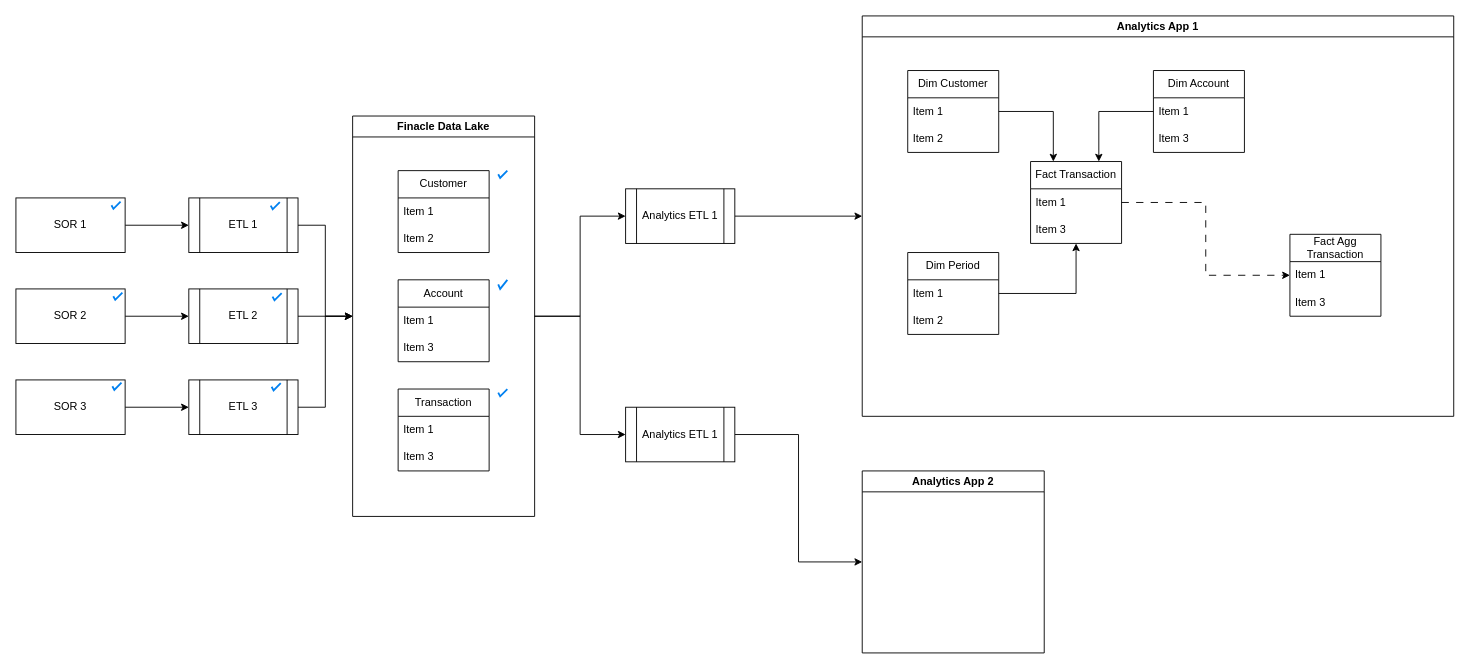
Before: Dashboarding-System-Design.drawio in pra1had/fintelligence, a draw.io diagram. Source tidied: cells renumbered, new cells numbered last; positions are measured from the earlier drawing's top-left corner, leaving out a move shared by most shapes. Both pictures are drawn from the tidied source at 91%, with x=0, y=0 at pixel (15, 15).
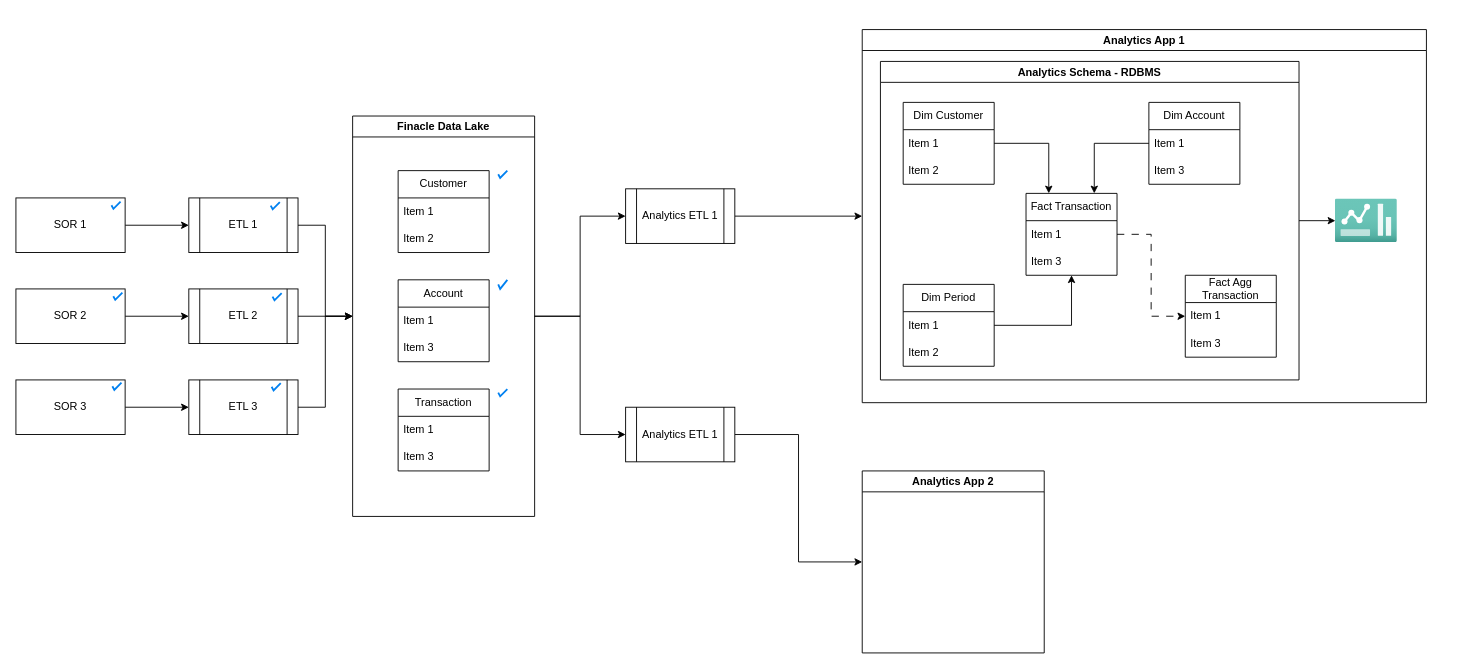
After the change.

What changed in the source:
```diff
@@
     <mxCell id="30" value="Analytics App 1" style="swimlane;whiteSpace=wrap;html=1;startSize=23;" parent="1" vertex="1">
-      <mxGeometry x="930" width="650" height="440" as="geometry" />
+      <mxGeometry x="930" y="15" width="620" height="410" as="geometry" />
     </mxCell>
+    <mxCell id="60" style="image;html=1;points=[];align=center;fontSize=12;image=img/lib/azure2/general/Dashboard2.svg;" parent="30" vertex="1">
+      <mxGeometry x="520" y="186" width="68" height="48" as="geometry" />
+    </mxCell>
+    <mxCell id="61" style="edgeStyle=orthogonalEdgeStyle;rounded=0;jettySize=auto;html=1;" parent="30" edge="1" source="62" target="60">
+      <mxGeometry relative="1" as="geometry" />
+    </mxCell>
+    <mxCell id="62" value="Analytics Schema - RDBMS" style="swimlane;whiteSpace=wrap;html=1;" parent="30" vertex="1">
+      <mxGeometry x="20" y="35" width="460" height="350" as="geometry" />
+    </mxCell>
-    <mxCell id="31" style="edgeStyle=orthogonalEdgeStyle;rounded=0;jettySize=auto;html=1;entryX=0.25;entryY=0;entryDx=0;entryDy=0;" parent="30" edge="1" source="32" target="40">
+    <mxCell id="31" style="edgeStyle=orthogonalEdgeStyle;rounded=0;jettySize=auto;html=1;entryX=0.25;entryY=0;entryDx=0;entryDy=0;" parent="62" edge="1" source="32" target="40">
       <mxGeometry relative="1" as="geometry" />
     </mxCell>
-    <mxCell id="32" value="Dim Customer" style="swimlane;fontStyle=0;horizontal=1;startSize=30;whiteSpace=wrap;html=1;" parent="30" vertex="1">
-      <mxGeometry x="50" y="60" width="100" height="90" as="geometry" />
+    <mxCell id="32" value="Dim Customer" style="swimlane;fontStyle=0;horizontal=1;startSize=30;whiteSpace=wrap;html=1;" parent="62" vertex="1">
+      <mxGeometry x="25" y="45" width="100" height="90" as="geometry" />
     </mxCell>
@@
-    <mxCell id="35" style="edgeStyle=orthogonalEdgeStyle;rounded=0;jettySize=auto;html=1;entryX=0.75;entryY=0;entryDx=0;entryDy=0;" parent="30" edge="1" source="36" target="40">
+    <mxCell id="35" style="edgeStyle=orthogonalEdgeStyle;rounded=0;jettySize=auto;html=1;entryX=0.75;entryY=0;entryDx=0;entryDy=0;" parent="62" edge="1" source="36" target="40">
       <mxGeometry relative="1" as="geometry" />
     </mxCell>
-    <mxCell id="36" value="Dim Account" style="swimlane;fontStyle=0;horizontal=1;startSize=30;whiteSpace=wrap;html=1;" parent="30" vertex="1">
-      <mxGeometry x="320" y="60" width="100" height="90" as="geometry" />
+    <mxCell id="36" value="Dim Account" style="swimlane;fontStyle=0;horizontal=1;startSize=30;whiteSpace=wrap;html=1;" parent="62" vertex="1">
+      <mxGeometry x="295" y="45" width="100" height="90" as="geometry" />
     </mxCell>
@@
-    <mxCell id="39" style="edgeStyle=orthogonalEdgeStyle;rounded=0;jettySize=auto;html=1;dashed=1;dashPattern=8 8;" parent="30" edge="1" source="40" target="47">
+    <mxCell id="39" style="edgeStyle=orthogonalEdgeStyle;rounded=0;jettySize=auto;html=1;dashed=1;dashPattern=8 8;" parent="62" edge="1" source="40" target="47">
       <mxGeometry relative="1" as="geometry" />
     </mxCell>
-    <mxCell id="40" value="Fact Transaction" style="swimlane;fontStyle=0;horizontal=1;startSize=30;whiteSpace=wrap;html=1;" parent="30" vertex="1">
-      <mxGeometry x="185" y="160" width="100" height="90" as="geometry" />
+    <mxCell id="40" value="Fact Transaction" style="swimlane;fontStyle=0;horizontal=1;startSize=30;whiteSpace=wrap;html=1;" parent="62" vertex="1">
+      <mxGeometry x="160" y="145" width="100" height="90" as="geometry" />
     </mxCell>
@@
-    <mxCell id="43" style="edgeStyle=orthogonalEdgeStyle;rounded=0;jettySize=auto;html=1;" parent="30" edge="1" source="44" target="40">
+    <mxCell id="43" style="edgeStyle=orthogonalEdgeStyle;rounded=0;jettySize=auto;html=1;" parent="62" edge="1" source="44" target="40">
       <mxGeometry relative="1" as="geometry" />
     </mxCell>
-    <mxCell id="44" value="Dim Period" style="swimlane;fontStyle=0;horizontal=1;startSize=30;whiteSpace=wrap;html=1;" parent="30" vertex="1">
-      <mxGeometry x="50" y="260" width="100" height="90" as="geometry" />
+    <mxCell id="44" value="Dim Period" style="swimlane;fontStyle=0;horizontal=1;startSize=30;whiteSpace=wrap;html=1;" parent="62" vertex="1">
+      <mxGeometry x="25" y="245" width="100" height="90" as="geometry" />
     </mxCell>
@@
-    <mxCell id="47" value="Fact Agg Transaction" style="swimlane;fontStyle=0;horizontal=1;startSize=30;whiteSpace=wrap;html=1;" parent="30" vertex="1">
-      <mxGeometry x="470" y="240" width="100" height="90" as="geometry" />
+    <mxCell id="47" value="Fact Agg Transaction" style="swimlane;fontStyle=0;horizontal=1;startSize=30;whiteSpace=wrap;html=1;" parent="62" vertex="1">
+      <mxGeometry x="335" y="235" width="100" height="90" as="geometry" />
     </mxCell>
```
